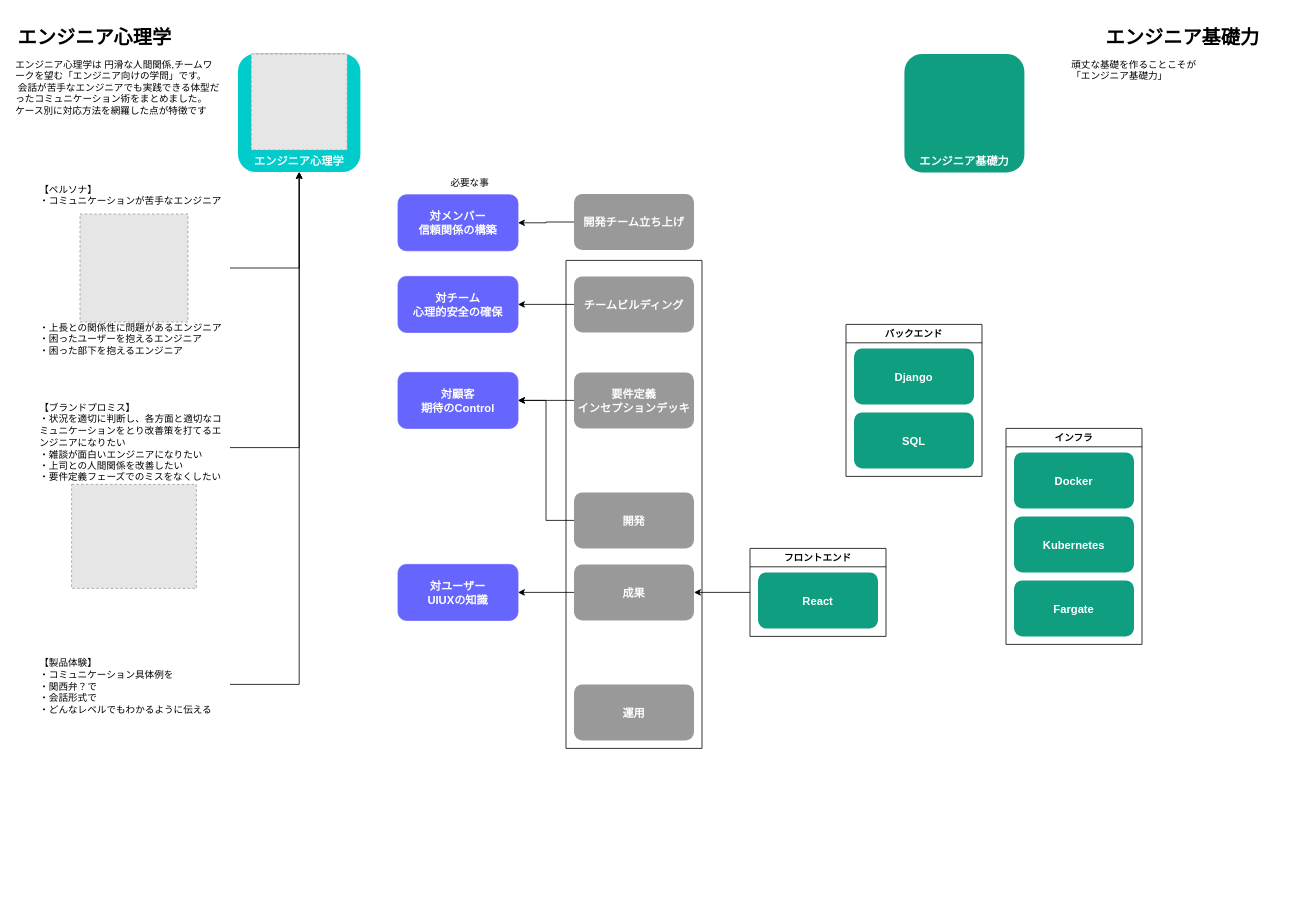
minegishirei/draw_v1 keeps this draw.io diagram as page "engineer_psychology" (2 of 34) of 人生設計.drawio. Above is the earlier version. Source tidied: cells renumbered, new cells numbered last; positions are measured from the earlier drawing's top-left corner, leaving out a move shared by most shapes. Both pictures are drawn from the tidied source at 80%, with x=0, y=0 at pixel (14, 22). Pictures stored in the file or linked from it are replaced by grey dashed boxes.
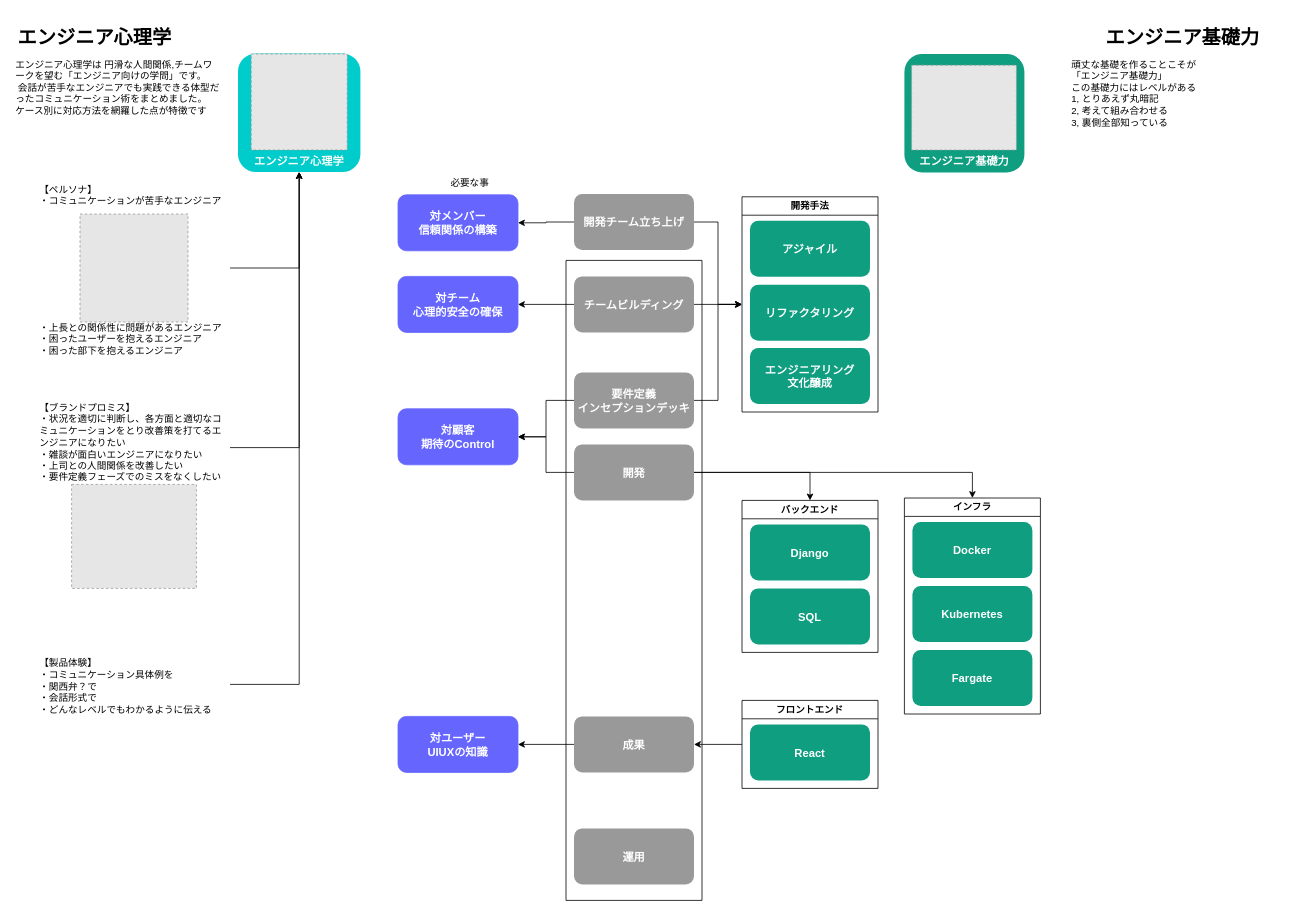
The same diagram, later.

Commit message:
人生設計.drawio を更新します

The change refers to these unchanged cells:
```xml
<mxCell id="21" value="要件定義&#10;インセプションデッキ" style="rounded=1;fillColor=#999999;strokeColor=none;shadow=0;gradientColor=none;fontStyle=1;fontColor=#FFFFFF;fontSize=14;" parent="18" vertex="1">
  <mxGeometry x="10" y="140" width="150" height="70" as="geometry" />
</mxCell>
<mxCell id="22" value="チームビルディング" style="rounded=1;fillColor=#999999;strokeColor=none;shadow=0;gradientColor=none;fontStyle=1;fontColor=#FFFFFF;fontSize=14;" parent="18" vertex="1">
  <mxGeometry x="10" y="20" width="150" height="70" as="geometry" />
</mxCell>
<mxCell id="26" value="開発チーム立ち上げ" style="rounded=1;fillColor=#999999;strokeColor=none;shadow=0;gradientColor=none;fontStyle=1;fontColor=#FFFFFF;fontSize=14;" parent="1" vertex="1">
  <mxGeometry x="700" y="215" width="150" height="70" as="geometry" />
</mxCell>
```

Change to the diagram source:
```diff
@@
     <mxCell id="14" value="対顧客&#10;期待のControl" style="rounded=1;fillColor=#6666FF;strokeColor=#6666FF;shadow=0;gradientColor=none;fontStyle=1;fontColor=#FFFFFF;fontSize=14;" parent="1" vertex="1">
-      <mxGeometry x="480" y="438" width="150" height="70" as="geometry" />
+      <mxGeometry x="480" y="483.5" width="150" height="70" as="geometry" />
     </mxCell>
@@
     <mxCell id="17" value="対ユーザー&#10;UIUXの知識" style="rounded=1;fillColor=#6666FF;strokeColor=#6666FF;shadow=0;gradientColor=none;fontStyle=1;fontColor=#FFFFFF;fontSize=14;" parent="1" vertex="1">
-      <mxGeometry x="480" y="678" width="150" height="70" as="geometry" />
+      <mxGeometry x="480" y="868" width="150" height="70" as="geometry" />
     </mxCell>
     <mxCell id="18" style="swimlane;startSize=0;" parent="1" vertex="1">
-      <mxGeometry x="690" y="298" width="170" height="610" as="geometry" />
+      <mxGeometry x="690" y="298" width="170" height="800" as="geometry" />
     </mxCell>
     <mxCell id="19" value="開発" style="rounded=1;fillColor=#999999;strokeColor=none;shadow=0;gradientColor=none;fontStyle=1;fontColor=#FFFFFF;fontSize=14;" parent="18" vertex="1">
-      <mxGeometry x="10" y="290" width="150" height="70" as="geometry" />
+      <mxGeometry x="10" y="230" width="150" height="70" as="geometry" />
     </mxCell>
     <mxCell id="20" value="成果" style="rounded=1;fillColor=#999999;strokeColor=none;shadow=0;gradientColor=none;fontStyle=1;fontColor=#FFFFFF;fontSize=14;" parent="18" vertex="1">
-      <mxGeometry x="10" y="380" width="150" height="70" as="geometry" />
+      <mxGeometry x="10" y="570" width="150" height="70" as="geometry" />
     </mxCell>
@@
     <mxCell id="23" value="運用" style="rounded=1;fillColor=#999999;strokeColor=none;shadow=0;gradientColor=none;fontStyle=1;fontColor=#FFFFFF;fontSize=14;" parent="18" vertex="1">
-      <mxGeometry x="10" y="530" width="150" height="70" as="geometry" />
+      <mxGeometry x="10" y="710" width="150" height="70" as="geometry" />
     </mxCell>
@@
+    <mxCell id="44" style="edgeStyle=orthogonalEdgeStyle;rounded=0;jettySize=auto;html=1;entryX=0;entryY=0.5;entryDx=0;entryDy=0;" parent="1" edge="1" source="26" target="46">
+      <mxGeometry relative="1" as="geometry" />
+    </mxCell>
@@
     <mxCell id="33" value="インフラ" style="swimlane;whiteSpace=wrap;html=1;" parent="1" vertex="1">
-      <mxGeometry x="1240" y="508" width="170" height="270" as="geometry" />
+      <mxGeometry x="1113" y="595" width="170" height="270" as="geometry" />
     </mxCell>
@@
     <mxCell id="37" value="バックエンド" style="swimlane;whiteSpace=wrap;html=1;" parent="1" vertex="1">
-      <mxGeometry x="1040" y="378" width="170" height="190" as="geometry" />
+      <mxGeometry x="910" y="598" width="170" height="190" as="geometry" />
     </mxCell>
@@
     <mxCell id="41" value="フロントエンド" style="swimlane;whiteSpace=wrap;html=1;" parent="1" vertex="1">
-      <mxGeometry x="920" y="658" width="170" height="110" as="geometry" />
+      <mxGeometry x="910" y="848" width="170" height="110" as="geometry" />
     </mxCell>
@@
-    <mxCell id="43" value="頑丈な基礎を作ることこそが&#10;「エンジニア基礎力」&#10;" style="text;whiteSpace=wrap;" parent="1" vertex="1">
+    <mxCell id="43" value="頑丈な基礎を作ることこそが&#10;「エンジニア基礎力」&#10;この基礎力にはレベルがある&#10;1, とりあえず丸暗記&#10;2, 考えて組み合わせる&#10;3, 裏側全部知っている" style="text;whiteSpace=wrap;" parent="1" vertex="1">
       <mxGeometry x="1320" y="40" width="260" height="99.5" as="geometry" />
     </mxCell>
+    <mxCell id="45" style="fillColor=#E6E6E6;strokeColor=#999999;dashed=1;verticalLabelPosition=bottom;labelBackgroundColor=default;verticalAlign=top;" parent="1" vertex="1">
+      <mxGeometry x="1122" y="54" width="131" height="106" as="geometry" />
+    </mxCell>
+    <mxCell id="46" value="開発手法" style="swimlane;whiteSpace=wrap;html=1;" parent="1" vertex="1">
+      <mxGeometry x="910" y="218.5" width="170" height="269" as="geometry" />
+    </mxCell>
+    <mxCell id="47" value="アジャイル" style="rounded=1;fillColor=#109e81;strokeColor=none;shadow=0;gradientColor=none;fontStyle=1;fontColor=#FFFFFF;fontSize=14;" parent="46" vertex="1">
+      <mxGeometry x="10" y="30" width="150" height="70" as="geometry" />
+    </mxCell>
+    <mxCell id="48" value="リファクタリング" style="rounded=1;fillColor=#109e81;strokeColor=none;shadow=0;gradientColor=none;fontStyle=1;fontColor=#FFFFFF;fontSize=14;" parent="46" vertex="1">
+      <mxGeometry x="10" y="110" width="150" height="70" as="geometry" />
+    </mxCell>
+    <mxCell id="49" value="エンジニアリング&#10;文化醸成" style="rounded=1;fillColor=#109e81;strokeColor=none;shadow=0;gradientColor=none;fontStyle=1;fontColor=#FFFFFF;fontSize=14;" parent="46" vertex="1">
+      <mxGeometry x="10" y="189" width="150" height="70" as="geometry" />
+    </mxCell>
+    <mxCell id="50" style="edgeStyle=orthogonalEdgeStyle;rounded=0;jettySize=auto;html=1;exitX=1;exitY=0.5;exitDx=0;exitDy=0;entryX=0;entryY=0.5;entryDx=0;entryDy=0;" parent="1" edge="1" source="22" target="46">
+      <mxGeometry relative="1" as="geometry" />
+    </mxCell>
+    <mxCell id="51" style="edgeStyle=orthogonalEdgeStyle;rounded=0;jettySize=auto;html=1;entryX=0;entryY=0.5;entryDx=0;entryDy=0;" parent="1" edge="1" source="21" target="46">
+      <mxGeometry relative="1" as="geometry" />
+    </mxCell>
+    <mxCell id="52" style="edgeStyle=orthogonalEdgeStyle;rounded=0;jettySize=auto;html=1;entryX=0.5;entryY=0;entryDx=0;entryDy=0;" parent="1" edge="1" source="19" target="33">
+      <mxGeometry relative="1" as="geometry" />
+    </mxCell>
+    <mxCell id="53" style="edgeStyle=orthogonalEdgeStyle;rounded=0;jettySize=auto;html=1;entryX=0.5;entryY=0;entryDx=0;entryDy=0;" parent="1" edge="1" source="19" target="37">
+      <mxGeometry relative="1" as="geometry" />
+    </mxCell>
```
